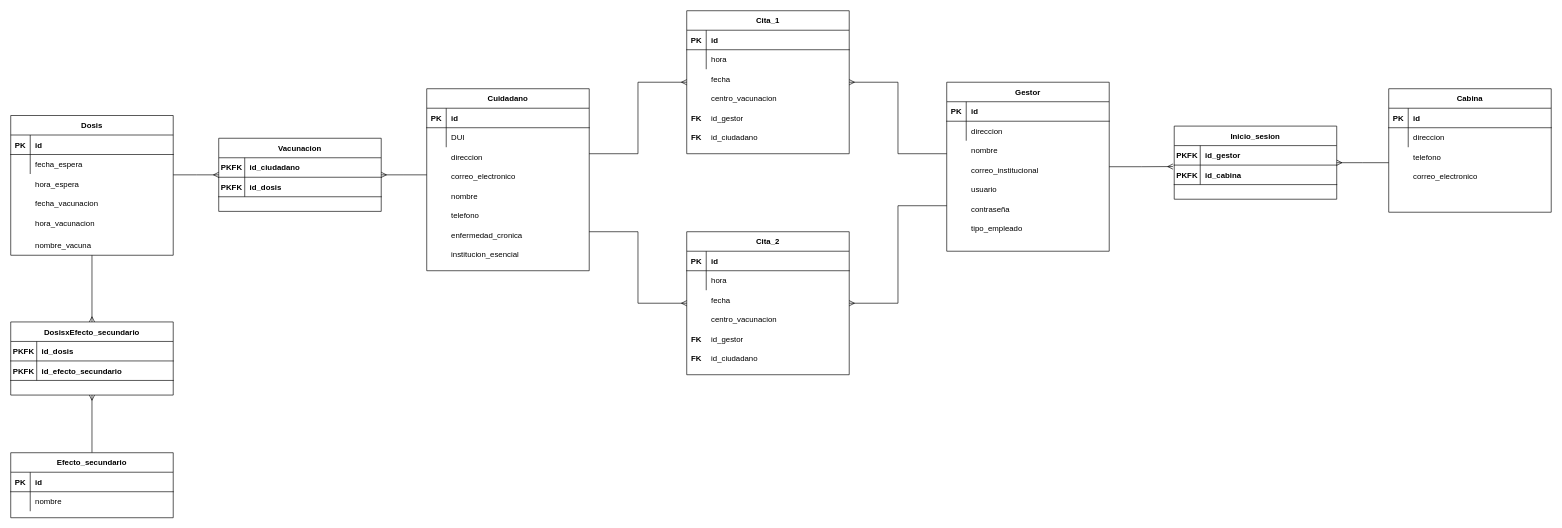
This is Bases de datos/Diagrama R.drawio from UCASV/proyecto-final-grupo-41, a draw.io file, before an edit. Source tidied: cells renumbered, new cells numbered last; positions are measured from the earlier drawing's top-left corner, leaving out a move shared by most shapes. Both pictures are drawn from the tidied source at 65%, with x=0, y=0 at pixel (10, 10).
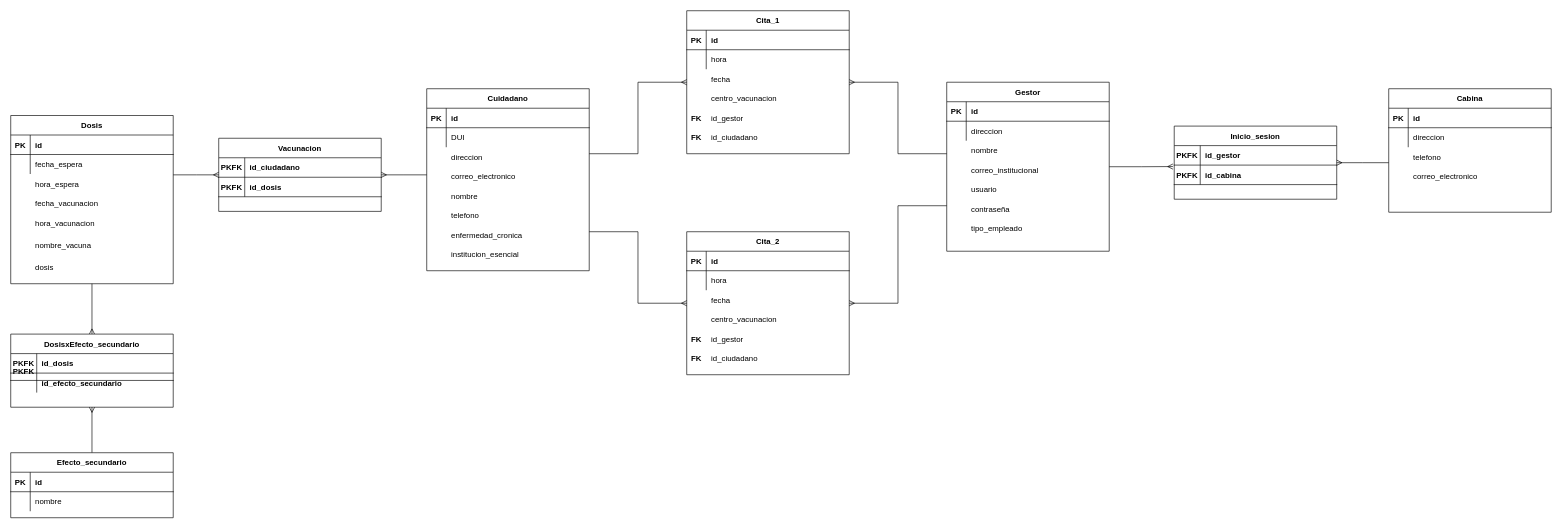
The same diagram, later.

Change to the diagram source:
```diff
@@
     <mxCell id="47" value="Dosis" style="shape=table;startSize=30;childLayout=tableLayout;rowLines=0;fontStyle=1;align=center;" parent="1" vertex="1">
-      <mxGeometry y="161.2" width="250" height="215" as="geometry" />
+      <mxGeometry y="161.2" width="250" height="258.8" as="geometry" />
     </mxCell>
@@
     <mxCell id="100" value="DosisxEfecto_secundario" style="shape=table;startSize=30;childLayout=tableLayout;rowLines=0;fontStyle=1;align=center;" parent="1" vertex="1">
-      <mxGeometry y="478.8" width="250" height="112.5" as="geometry" />
+      <mxGeometry y="497.5" width="250" height="112.5" as="geometry" />
     </mxCell>
@@
+    <mxCell id="117" value="dosis" style="shape=partialRectangle;overflow=hidden;fillColor=none;top=0;left=0;bottom=0;right=0;align=left;spacingLeft=6;" parent="1" vertex="1">
+      <mxGeometry x="30" y="380" width="220" height="30" as="geometry" />
+    </mxCell>
```
